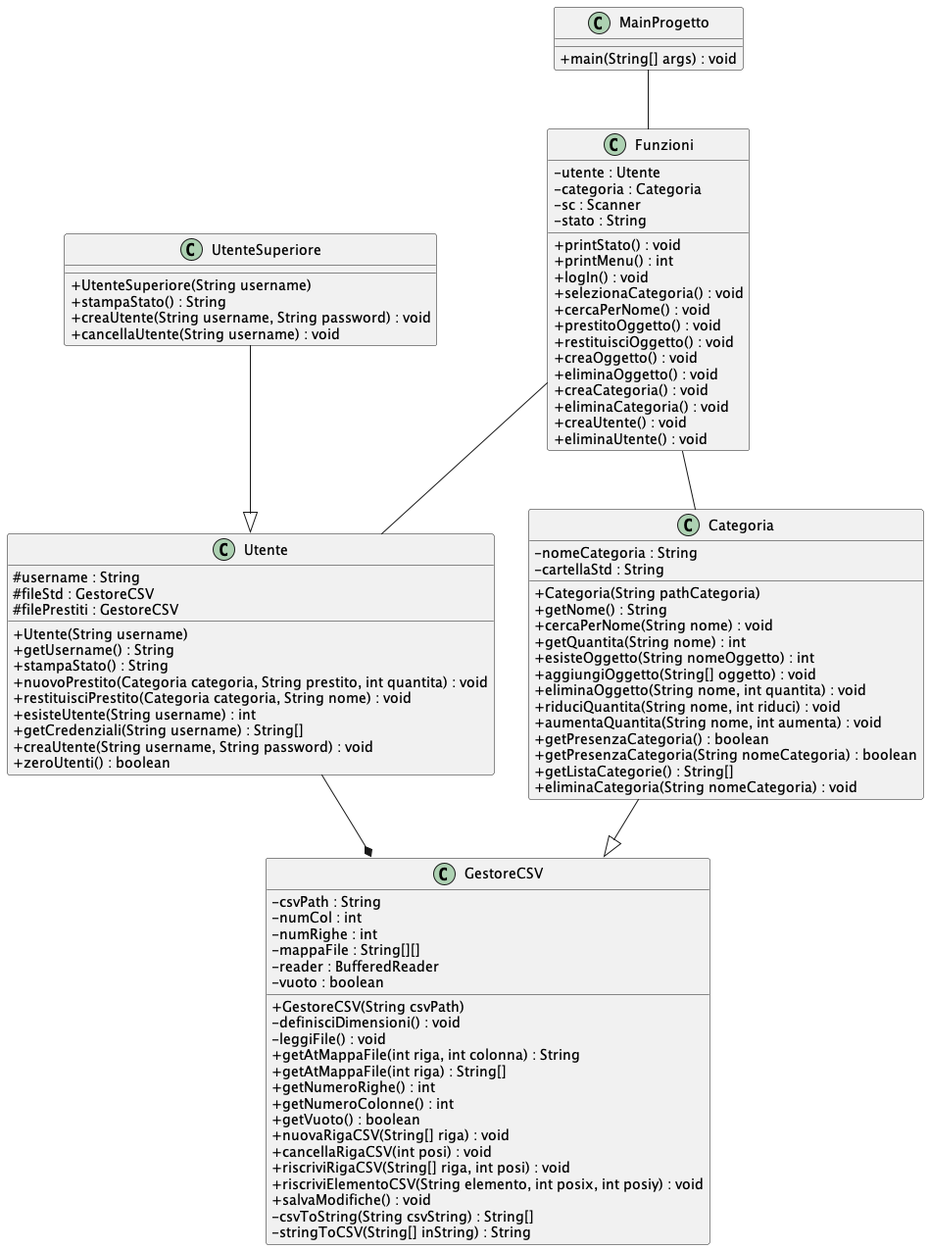
The PlantUML diagram UML.png in souremillime/progetto-java, before a commit.
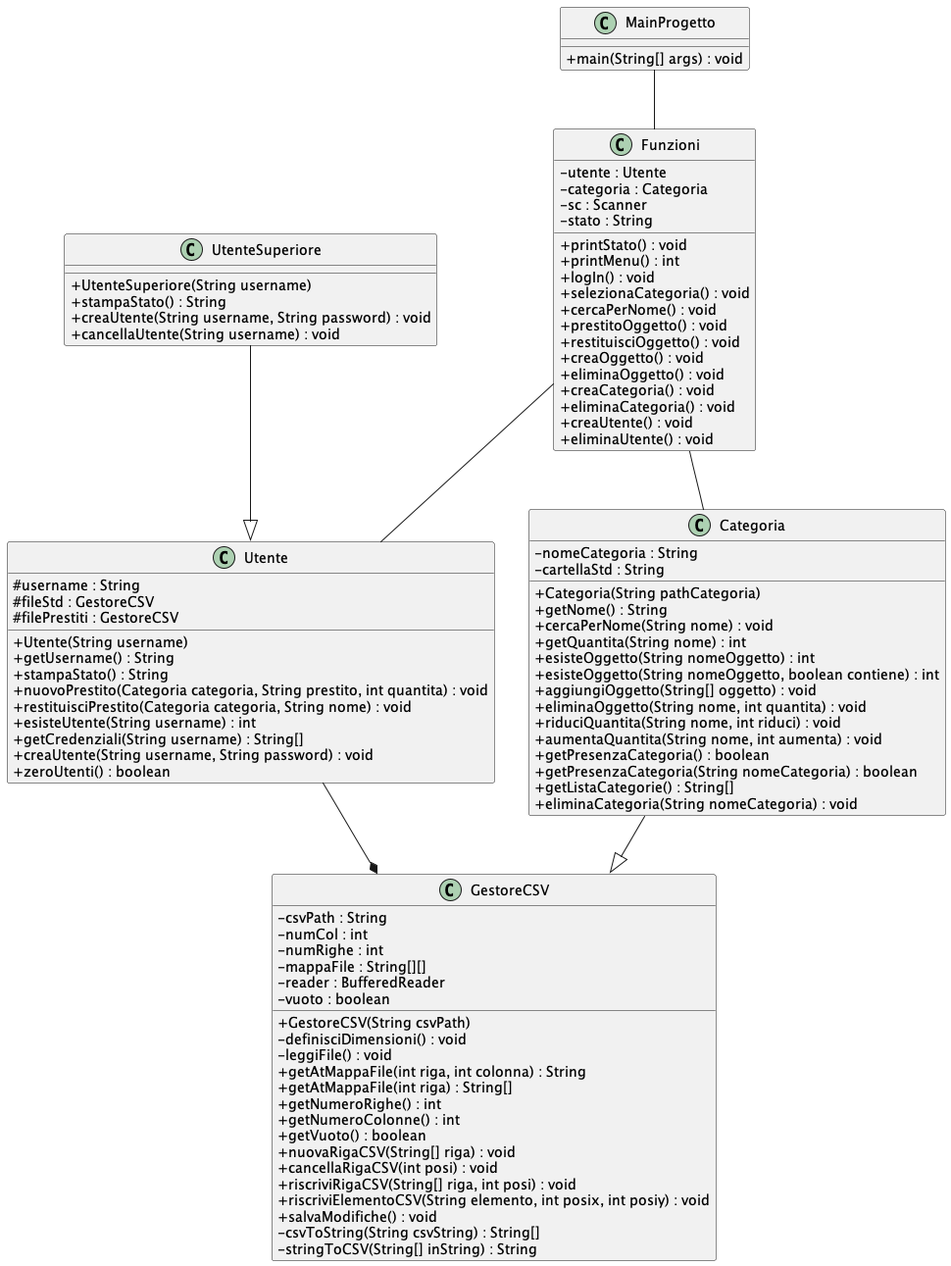
The same file after the commit.

What changed in the source:
```diff
@@ -35,6 +35,7 @@
     + cercaPerNome(String nome) : void
     + getQuantita(String nome) : int
     + esisteOggetto(String nomeOggetto) : int
+    + esisteOggetto(String nomeOggetto, boolean contiene) : int
     + aggiungiOggetto(String[] oggetto) : void
     + eliminaOggetto(String nome, int quantita) : void
     + riduciQuantita(String nome, int riduci) : void
```
